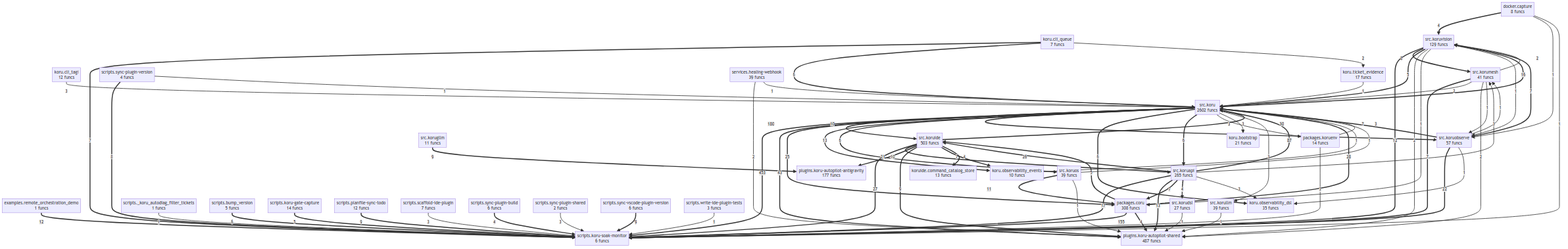
Above: project/compact_flow.png in semcod/koru (Mermaid), before the change. Its source is kept beside it as project/compact_flow.mmd.
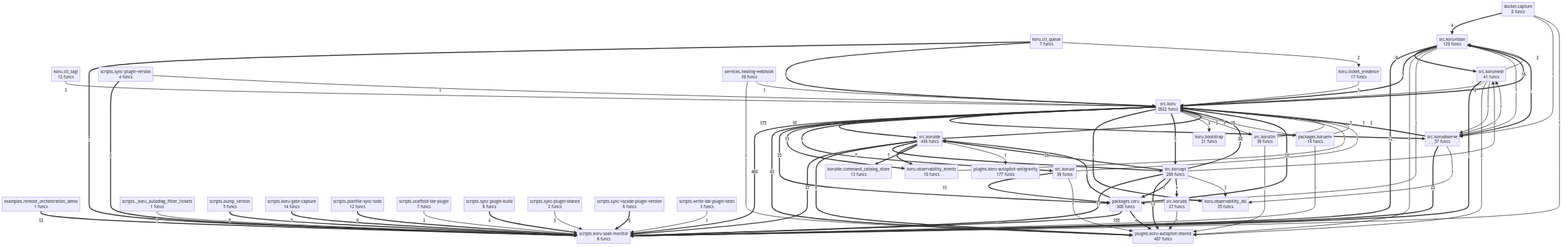
After the commit.

What changed in the source:
```diff
@@ -24,28 +24,26 @@
     scripts__sync_vscode_plugin_version["scripts.sync-vscode-plugin-version<br/>6 funcs"]
     scripts__write_ide_plugin_tests["scripts.write-ide-plugin-tests<br/>3 funcs"]
     services__healing_webhook["services.healing-webhook<br/>39 funcs"]
-    src__koru["src.koru<br/>2602 funcs"]
-    src__koruapi["src.koruapi<br/>265 funcs"]
+    src__koru["src.koru<br/>2622 funcs"]
+    src__koruapi["src.koruapi<br/>266 funcs"]
     src__korudsl["src.korudsl<br/>27 funcs"]
-    src__korugllm["src.korugllm<br/>11 funcs"]
-    src__koruide["src.koruide<br/>503 funcs"]
+    src__koruide["src.koruide<br/>436 funcs"]
     src__korullm["src.korullm<br/>39 funcs"]
     src__korumesh["src.korumesh<br/>41 funcs"]
     src__koruobserve["src.koruobserve<br/>57 funcs"]
     src__koruos["src.koruos<br/>39 funcs"]
     src__koruvision["src.koruvision<br/>129 funcs"]
-    src__koru ==>|453| scripts__koru_soak_monitor
-    src__koru ==>|180| src__koruide
+    src__koru ==>|460| scripts__koru_soak_monitor
+    src__koru ==>|175| src__koruide
     packages__coru ==>|155| scripts__koru_soak_monitor
-    src__koruapi ==>|87| src__koru
+    src__koruapi ==>|88| src__koru
     src__koru ==>|43| plugins__koru_autopilot_shared
-    src__koruide ==>|30| src__koru
     packages__coru ==>|28| src__koru
+    src__koruide ==>|28| src__koru
     src__koruide ==>|27| scripts__koru_soak_monitor
     src__koruapi ==>|26| src__koruide
     src__koru ==>|25| packages__coru
     src__koruobserve ==>|22| scripts__koru_soak_monitor
-    src__koruide ==>|21| src__koruapi
     src__koruapi ==>|17| scripts__koru_soak_monitor
     src__koru ==>|16| src__koruvision
     src__koruapi ==>|13| plugins__koru_autopilot_shared
@@ -53,20 +51,19 @@
     examples__remote_orchestration_demo ==>|12| scripts__koru_soak_monitor
     src__koruvision ==>|12| scripts__koru_soak_monitor
     src__koruos ==>|11| packages__coru
-    src__koruide ==>|10| plugins__koru_autopilot_antigravity
     src__koru ==>|10| src__koruobserve
     src__koruide ==>|9| plugins__koru_autopilot_shared
     scripts__planfile_sync_todo ==>|9| scripts__koru_soak_monitor
     scripts__sync_vscode_plugin_version ==>|9| scripts__koru_soak_monitor
-    src__korugllm ==>|9| plugins__koru_autopilot_antigravity
     src__koruvision ==>|8| src__korumesh
     scripts__sync_plugin_version ==>|8| scripts__koru_soak_monitor
     src__koruobserve ==>|7| src__koru
     src__koruobserve ==>|7| src__koruvision
     src__koruapi ==>|7| packages__coru
     src__korumesh ==>|7| scripts__koru_soak_monitor
+    src__koruide ==>|7| src__koruapi
+    koru__cli_queue ==>|7| scripts__koru_soak_monitor
     src__koruide ==>|7| koru__observability_events
-    koru__cli_queue ==>|7| scripts__koru_soak_monitor
     src__koru ==>|6| src__koruos
     src__koru ==>|6| koru__observability_dsl
     src__koru ==>|6| src__koruapi
@@ -84,10 +81,10 @@
     packages__koruenv -->|3| scripts__koru_soak_monitor
     src__koruapi -->|3| src__korumesh
     src__koruapi -->|3| koru__observability_dsl
-    src__koru -->|3| packages__koruenv
     src__koru -->|3| koru__bootstrap
     src__koru -->|3| src__korullm
     koru__cli_tagi -->|3| src__koru
+    src__koru -->|3| packages__koruenv
     scripts__sync_plugin_shared -->|3| scripts__koru_soak_monitor
     scripts__scaffold_ide_plugin -->|3| scripts__koru_soak_monitor
     services__healing_webhook -->|2| plugins__koru_autopilot_shared
@@ -106,6 +103,7 @@
     src__koruvision -->|1| packages__coru
     src__koruvision -->|1| src__koruobserve
     src__korumesh -->|1| src__koruobserve
+    src__koruide -->|1| plugins__koru_autopilot_antigravity
     koru__ticket_evidence -->|1| src__koru
     koru__observability_events -->|1| src__koru
     docker__capture -->|1| src__koruobserve
@@ -113,3 +111,4 @@
     scripts__write_ide_plugin_tests -->|1| scripts__koru_soak_monitor
     scripts__sync_plugin_version -->|1| src__koru
     scripts___koru_autodiag_filter_tickets -->|1| scripts__koru_soak_monitor
+    src__korullm -->|1| src__koru
```
